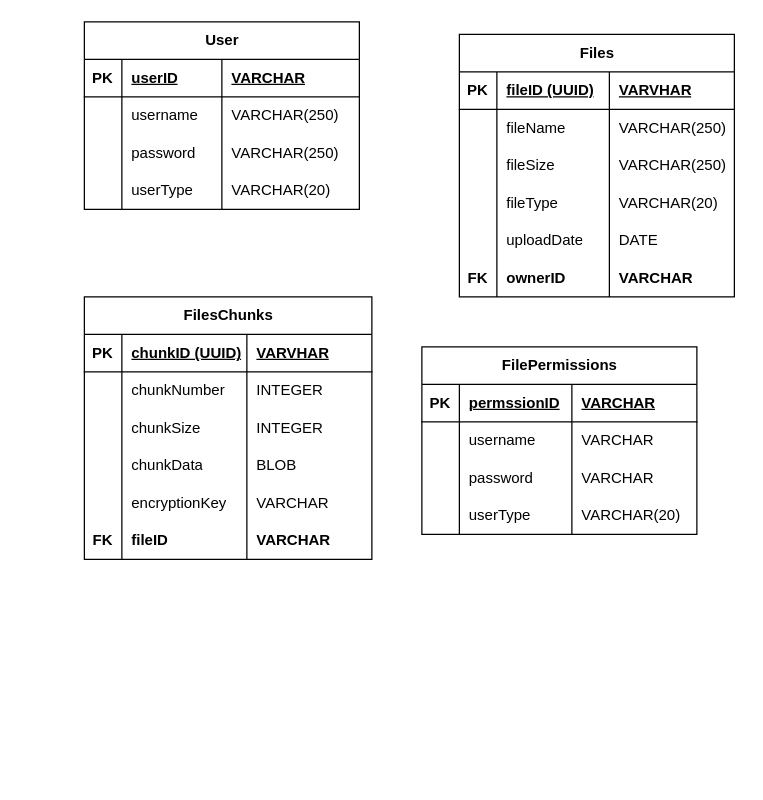
Above: CWK ER-Diagram.drawio in AnjeloM/AnjeloM (draw.io), before the change. Source tidied: cells renumbered, new cells numbered last; positions are measured from the earlier drawing's top-left corner, leaving out a move shared by most shapes. Both pictures are drawn from the tidied source at 125%, with x=0, y=0 at pixel (84, 21).
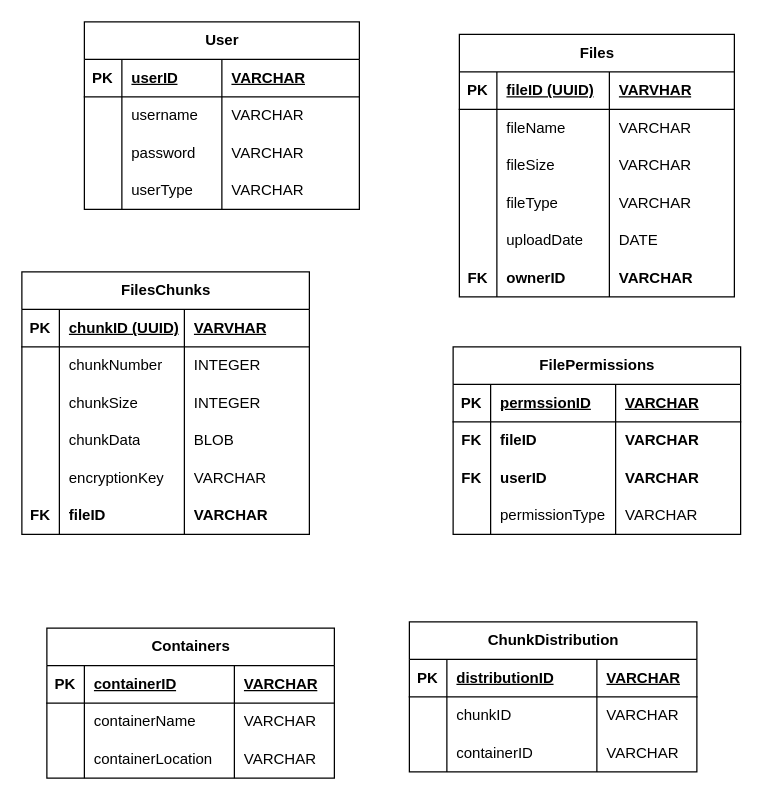
Above is the later version.

Unchanged cells that the change refers to:
```xml
<mxCell id="7" style="shape=tableRow;horizontal=0;startSize=0;swimlaneHead=0;swimlaneBody=0;fillColor=none;top=0;left=0;right=0;bottom=0;" parent="2" vertex="1">
  <mxGeometry y="60" width="220" height="30" as="geometry" />
</mxCell>
<mxCell id="11" style="shape=tableRow;horizontal=0;startSize=0;swimlaneHead=0;swimlaneBody=0;fillColor=none;top=0;left=0;right=0;bottom=0;" parent="2" vertex="1">
  <mxGeometry y="90" width="220" height="30" as="geometry" />
</mxCell>
<mxCell id="15" style="shape=tableRow;horizontal=0;startSize=0;swimlaneHead=0;swimlaneBody=0;fillColor=none;top=0;left=0;right=0;bottom=0;" parent="2" vertex="1">
  <mxGeometry y="120" width="220" height="30" as="geometry" />
</mxCell>
<mxCell id="24" style="shape=tableRow;horizontal=0;startSize=0;swimlaneHead=0;swimlaneBody=0;fillColor=none;top=0;left=0;right=0;bottom=0;" parent="19" vertex="1">
  <mxGeometry y="60" width="220" height="30" as="geometry" />
</mxCell>
<mxCell id="28" style="shape=tableRow;horizontal=0;startSize=0;swimlaneHead=0;swimlaneBody=0;fillColor=none;top=0;left=0;right=0;bottom=0;" parent="19" vertex="1">
  <mxGeometry y="90" width="220" height="30" as="geometry" />
</mxCell>
<mxCell id="32" style="shape=tableRow;horizontal=0;startSize=0;swimlaneHead=0;swimlaneBody=0;fillColor=none;top=0;left=0;right=0;bottom=0;" parent="19" vertex="1">
  <mxGeometry y="120" width="220" height="30" as="geometry" />
</mxCell>
```

Diff of the diagram source:
```diff
@@
-    <mxCell id="10" value="VARCHAR(250)" style="shape=partialRectangle;fillColor=none;top=0;left=0;bottom=0;right=0;align=left;spacingLeft=6;overflow=hidden;whiteSpace=wrap;html=1;" parent="7" vertex="1">
+    <mxCell id="10" value="VARCHAR" style="shape=partialRectangle;fillColor=none;top=0;left=0;bottom=0;right=0;align=left;spacingLeft=6;overflow=hidden;whiteSpace=wrap;html=1;" parent="7" vertex="1">
       <mxGeometry x="110" width="110" height="30" as="geometry" />
     </mxCell>
@@
-    <mxCell id="14" value="VARCHAR(250)" style="shape=partialRectangle;fillColor=none;top=0;left=0;bottom=0;right=0;align=left;spacingLeft=6;overflow=hidden;whiteSpace=wrap;html=1;" parent="11" vertex="1">
+    <mxCell id="14" value="VARCHAR" style="shape=partialRectangle;fillColor=none;top=0;left=0;bottom=0;right=0;align=left;spacingLeft=6;overflow=hidden;whiteSpace=wrap;html=1;" parent="11" vertex="1">
       <mxGeometry x="110" width="110" height="30" as="geometry" />
     </mxCell>
@@
-    <mxCell id="18" value="VARCHAR(20)" style="shape=partialRectangle;fillColor=none;top=0;left=0;bottom=0;right=0;align=left;spacingLeft=6;overflow=hidden;whiteSpace=wrap;html=1;" parent="15" vertex="1">
+    <mxCell id="18" value="VARCHAR" style="shape=partialRectangle;fillColor=none;top=0;left=0;bottom=0;right=0;align=left;spacingLeft=6;overflow=hidden;whiteSpace=wrap;html=1;" parent="15" vertex="1">
       <mxGeometry x="110" width="110" height="30" as="geometry" />
     </mxCell>
@@
-    <mxCell id="27" value="VARCHAR(250)" style="shape=partialRectangle;fillColor=none;top=0;left=0;bottom=0;right=0;align=left;spacingLeft=6;overflow=hidden;whiteSpace=wrap;html=1;" parent="24" vertex="1">
+    <mxCell id="27" value="VARCHAR" style="shape=partialRectangle;fillColor=none;top=0;left=0;bottom=0;right=0;align=left;spacingLeft=6;overflow=hidden;whiteSpace=wrap;html=1;" parent="24" vertex="1">
       <mxGeometry x="120" width="100" height="30" as="geometry" />
     </mxCell>
@@
-    <mxCell id="31" value="VARCHAR(250)" style="shape=partialRectangle;fillColor=none;top=0;left=0;bottom=0;right=0;align=left;spacingLeft=6;overflow=hidden;whiteSpace=wrap;html=1;" parent="28" vertex="1">
+    <mxCell id="31" value="VARCHAR" style="shape=partialRectangle;fillColor=none;top=0;left=0;bottom=0;right=0;align=left;spacingLeft=6;overflow=hidden;whiteSpace=wrap;html=1;" parent="28" vertex="1">
       <mxGeometry x="120" width="100" height="30" as="geometry" />
     </mxCell>
@@
-    <mxCell id="35" value="VARCHAR(20)" style="shape=partialRectangle;fillColor=none;top=0;left=0;bottom=0;right=0;align=left;spacingLeft=6;overflow=hidden;whiteSpace=wrap;html=1;" parent="32" vertex="1">
+    <mxCell id="35" value="VARCHAR" style="shape=partialRectangle;fillColor=none;top=0;left=0;bottom=0;right=0;align=left;spacingLeft=6;overflow=hidden;whiteSpace=wrap;html=1;" parent="32" vertex="1">
       <mxGeometry x="120" width="100" height="30" as="geometry" />
     </mxCell>
@@
     <mxCell id="44" value="FilesChunks" style="shape=table;startSize=30;childLayout=tableLayout;rowLines=0;fontStyle=1;align=center;html=1;" parent="1" vertex="1">
-      <mxGeometry y="220" width="230" height="210" as="geometry" />
+      <mxGeometry x="-50" y="200" width="230" height="210" as="geometry" />
     </mxCell>
@@
     <mxCell id="69" value="FilePermissions" style="shape=table;startSize=30;childLayout=tableLayout;rowLines=0;fontStyle=1;align=center;html=1;" parent="1" vertex="1">
-      <mxGeometry x="270" y="260" width="220" height="150" as="geometry" />
+      <mxGeometry x="295" y="260" width="230" height="150" as="geometry" />
     </mxCell>
     <mxCell id="70" style="shape=tableRow;horizontal=0;startSize=0;swimlaneHead=0;swimlaneBody=0;fillColor=none;top=0;left=0;right=0;bottom=1;" parent="69" vertex="1">
-      <mxGeometry y="30" width="220" height="30" as="geometry" />
+      <mxGeometry y="30" width="230" height="30" as="geometry" />
     </mxCell>
@@
     <mxCell id="72" value="permssionID" style="shape=partialRectangle;fillColor=none;top=0;left=0;bottom=0;right=0;align=left;spacingLeft=6;fontStyle=5;overflow=hidden;whiteSpace=wrap;html=1;" parent="70" vertex="1">
-      <mxGeometry x="30" width="90" height="30" as="geometry" />
+      <mxGeometry x="30" width="100" height="30" as="geometry" />
     </mxCell>
     <mxCell id="73" value="VARCHAR" style="shape=partialRectangle;fillColor=none;top=0;left=0;bottom=0;right=0;align=left;spacingLeft=6;fontStyle=5;overflow=hidden;whiteSpace=wrap;html=1;" parent="70" vertex="1">
-      <mxGeometry x="120" width="100" height="30" as="geometry" />
+      <mxGeometry x="130" width="100" height="30" as="geometry" />
     </mxCell>
     <mxCell id="74" style="shape=tableRow;horizontal=0;startSize=0;swimlaneHead=0;swimlaneBody=0;fillColor=none;top=0;left=0;right=0;bottom=0;" parent="69" vertex="1">
-      <mxGeometry y="60" width="220" height="30" as="geometry" />
+      <mxGeometry y="60" width="230" height="30" as="geometry" />
     </mxCell>
-    <mxCell id="75" style="shape=partialRectangle;fillColor=none;top=0;left=0;bottom=0;right=0;overflow=hidden;whiteSpace=wrap;html=1;" parent="74" vertex="1">
+    <mxCell id="75" value="FK" style="shape=partialRectangle;fillColor=none;top=0;left=0;bottom=0;right=0;overflow=hidden;whiteSpace=wrap;html=1;fontStyle=1;" parent="74" vertex="1">
       <mxGeometry width="30" height="30" as="geometry" />
     </mxCell>
-    <mxCell id="76" value="username&amp;nbsp;" style="shape=partialRectangle;fillColor=none;top=0;left=0;bottom=0;right=0;align=left;spacingLeft=6;overflow=hidden;whiteSpace=wrap;html=1;" parent="74" vertex="1">
-      <mxGeometry x="30" width="90" height="30" as="geometry" />
+    <mxCell id="76" value="fileID" style="shape=partialRectangle;fillColor=none;top=0;left=0;bottom=0;right=0;align=left;spacingLeft=6;overflow=hidden;whiteSpace=wrap;html=1;fontStyle=1;" parent="74" vertex="1">
+      <mxGeometry x="30" width="100" height="30" as="geometry" />
     </mxCell>
-    <mxCell id="77" value="VARCHAR" style="shape=partialRectangle;fillColor=none;top=0;left=0;bottom=0;right=0;align=left;spacingLeft=6;overflow=hidden;whiteSpace=wrap;html=1;" parent="74" vertex="1">
-      <mxGeometry x="120" width="100" height="30" as="geometry" />
+    <mxCell id="77" value="VARCHAR" style="shape=partialRectangle;fillColor=none;top=0;left=0;bottom=0;right=0;align=left;spacingLeft=6;overflow=hidden;whiteSpace=wrap;html=1;fontStyle=1;" parent="74" vertex="1">
+      <mxGeometry x="130" width="100" height="30" as="geometry" />
     </mxCell>
     <mxCell id="78" style="shape=tableRow;horizontal=0;startSize=0;swimlaneHead=0;swimlaneBody=0;fillColor=none;top=0;left=0;right=0;bottom=0;" parent="69" vertex="1">
-      <mxGeometry y="90" width="220" height="30" as="geometry" />
+      <mxGeometry y="90" width="230" height="30" as="geometry" />
     </mxCell>
-    <mxCell id="79" style="shape=partialRectangle;fillColor=none;top=0;left=0;bottom=0;right=0;overflow=hidden;whiteSpace=wrap;html=1;" parent="78" vertex="1">
+    <mxCell id="79" value="FK" style="shape=partialRectangle;fillColor=none;top=0;left=0;bottom=0;right=0;overflow=hidden;whiteSpace=wrap;html=1;fontStyle=1;" parent="78" vertex="1">
       <mxGeometry width="30" height="30" as="geometry" />
     </mxCell>
-    <mxCell id="80" value="password" style="shape=partialRectangle;fillColor=none;top=0;left=0;bottom=0;right=0;align=left;spacingLeft=6;overflow=hidden;whiteSpace=wrap;html=1;" parent="78" vertex="1">
-      <mxGeometry x="30" width="90" height="30" as="geometry" />
+    <mxCell id="80" value="userID" style="shape=partialRectangle;fillColor=none;top=0;left=0;bottom=0;right=0;align=left;spacingLeft=6;overflow=hidden;whiteSpace=wrap;html=1;fontStyle=1;" parent="78" vertex="1">
+      <mxGeometry x="30" width="100" height="30" as="geometry" />
     </mxCell>
-    <mxCell id="81" value="VARCHAR" style="shape=partialRectangle;fillColor=none;top=0;left=0;bottom=0;right=0;align=left;spacingLeft=6;overflow=hidden;whiteSpace=wrap;html=1;" parent="78" vertex="1">
-      <mxGeometry x="120" width="100" height="30" as="geometry" />
+    <mxCell id="81" value="VARCHAR" style="shape=partialRectangle;fillColor=none;top=0;left=0;bottom=0;right=0;align=left;spacingLeft=6;overflow=hidden;whiteSpace=wrap;html=1;fontStyle=1;" parent="78" vertex="1">
+      <mxGeometry x="130" width="100" height="30" as="geometry" />
     </mxCell>
     <mxCell id="82" style="shape=tableRow;horizontal=0;startSize=0;swimlaneHead=0;swimlaneBody=0;fillColor=none;top=0;left=0;right=0;bottom=0;" parent="69" vertex="1">
-      <mxGeometry y="120" width="220" height="30" as="geometry" />
+      <mxGeometry y="120" width="230" height="30" as="geometry" />
     </mxCell>
@@
-    <mxCell id="84" value="userType" style="shape=partialRectangle;fillColor=none;top=0;left=0;bottom=0;right=0;align=left;spacingLeft=6;overflow=hidden;whiteSpace=wrap;html=1;" parent="82" vertex="1">
-      <mxGeometry x="30" width="90" height="30" as="geometry" />
+    <mxCell id="84" value="permissionType" style="shape=partialRectangle;fillColor=none;top=0;left=0;bottom=0;right=0;align=left;spacingLeft=6;overflow=hidden;whiteSpace=wrap;html=1;" parent="82" vertex="1">
+      <mxGeometry x="30" width="100" height="30" as="geometry" />
     </mxCell>
-    <mxCell id="85" value="VARCHAR(20)" style="shape=partialRectangle;fillColor=none;top=0;left=0;bottom=0;right=0;align=left;spacingLeft=6;overflow=hidden;whiteSpace=wrap;html=1;" parent="82" vertex="1">
-      <mxGeometry x="120" width="100" height="30" as="geometry" />
+    <mxCell id="85" value="VARCHAR" style="shape=partialRectangle;fillColor=none;top=0;left=0;bottom=0;right=0;align=left;spacingLeft=6;overflow=hidden;whiteSpace=wrap;html=1;" parent="82" vertex="1">
+      <mxGeometry x="130" width="100" height="30" as="geometry" />
     </mxCell>
+    <mxCell id="86" value="Containers" style="shape=table;startSize=30;childLayout=tableLayout;rowLines=0;fontStyle=1;align=center;html=1;" parent="1" vertex="1">
+      <mxGeometry x="-30" y="485" width="230" height="120" as="geometry" />
+    </mxCell>
+    <mxCell id="87" style="shape=tableRow;horizontal=0;startSize=0;swimlaneHead=0;swimlaneBody=0;fillColor=none;top=0;left=0;right=0;bottom=1;" parent="86" vertex="1">
+      <mxGeometry y="30" width="230" height="30" as="geometry" />
+    </mxCell>
+    <mxCell id="88" value="PK" style="shape=partialRectangle;fillColor=none;top=0;left=0;bottom=0;right=0;fontStyle=1;overflow=hidden;whiteSpace=wrap;html=1;" parent="87" vertex="1">
+      <mxGeometry width="30" height="30" as="geometry" />
+    </mxCell>
+    <mxCell id="89" value="containerID" style="shape=partialRectangle;fillColor=none;top=0;left=0;bottom=0;right=0;align=left;spacingLeft=6;fontStyle=5;overflow=hidden;whiteSpace=wrap;html=1;" parent="87" vertex="1">
+      <mxGeometry x="30" width="120" height="30" as="geometry" />
+    </mxCell>
+    <mxCell id="90" value="VARCHAR" style="shape=partialRectangle;fillColor=none;top=0;left=0;bottom=0;right=0;align=left;spacingLeft=6;fontStyle=5;overflow=hidden;whiteSpace=wrap;html=1;" parent="87" vertex="1">
+      <mxGeometry x="150" width="80" height="30" as="geometry" />
+    </mxCell>
+    <mxCell id="91" style="shape=tableRow;horizontal=0;startSize=0;swimlaneHead=0;swimlaneBody=0;fillColor=none;top=0;left=0;right=0;bottom=0;" parent="86" vertex="1">
+      <mxGeometry y="60" width="230" height="30" as="geometry" />
+    </mxCell>
+    <mxCell id="92" style="shape=partialRectangle;fillColor=none;top=0;left=0;bottom=0;right=0;overflow=hidden;whiteSpace=wrap;html=1;fontStyle=1;" parent="91" vertex="1">
+      <mxGeometry width="30" height="30" as="geometry" />
+    </mxCell>
+    <mxCell id="93" value="containerName" style="shape=partialRectangle;fillColor=none;top=0;left=0;bottom=0;right=0;align=left;spacingLeft=6;overflow=hidden;whiteSpace=wrap;html=1;fontStyle=0;" parent="91" vertex="1">
+      <mxGeometry x="30" width="120" height="30" as="geometry" />
+    </mxCell>
+    <mxCell id="94" value="VARCHAR" style="shape=partialRectangle;fillColor=none;top=0;left=0;bottom=0;right=0;align=left;spacingLeft=6;overflow=hidden;whiteSpace=wrap;html=1;fontStyle=0;" parent="91" vertex="1">
+      <mxGeometry x="150" width="80" height="30" as="geometry" />
+    </mxCell>
+    <mxCell id="95" style="shape=tableRow;horizontal=0;startSize=0;swimlaneHead=0;swimlaneBody=0;fillColor=none;top=0;left=0;right=0;bottom=0;" parent="86" vertex="1">
+      <mxGeometry y="90" width="230" height="30" as="geometry" />
+    </mxCell>
+    <mxCell id="96" style="shape=partialRectangle;fillColor=none;top=0;left=0;bottom=0;right=0;overflow=hidden;whiteSpace=wrap;html=1;fontStyle=1;" parent="95" vertex="1">
+      <mxGeometry width="30" height="30" as="geometry" />
+    </mxCell>
+    <mxCell id="97" value="containerLocation" style="shape=partialRectangle;fillColor=none;top=0;left=0;bottom=0;right=0;align=left;spacingLeft=6;overflow=hidden;whiteSpace=wrap;html=1;fontStyle=0;" parent="95" vertex="1">
+      <mxGeometry x="30" width="120" height="30" as="geometry" />
+    </mxCell>
+    <mxCell id="98" value="VARCHAR" style="shape=partialRectangle;fillColor=none;top=0;left=0;bottom=0;right=0;align=left;spacingLeft=6;overflow=hidden;whiteSpace=wrap;html=1;fontStyle=0;" parent="95" vertex="1">
+      <mxGeometry x="150" width="80" height="30" as="geometry" />
+    </mxCell>
+    <mxCell id="99" value="ChunkDistribution" style="shape=table;startSize=30;childLayout=tableLayout;rowLines=0;fontStyle=1;align=center;html=1;" parent="1" vertex="1">
+      <mxGeometry x="260" y="480" width="230" height="120" as="geometry" />
+    </mxCell>
+    <mxCell id="100" style="shape=tableRow;horizontal=0;startSize=0;swimlaneHead=0;swimlaneBody=0;fillColor=none;top=0;left=0;right=0;bottom=1;" parent="99" vertex="1">
+      <mxGeometry y="30" width="230" height="30" as="geometry" />
+    </mxCell>
+    <mxCell id="101" value="PK" style="shape=partialRectangle;fillColor=none;top=0;left=0;bottom=0;right=0;fontStyle=1;overflow=hidden;whiteSpace=wrap;html=1;" parent="100" vertex="1">
+      <mxGeometry width="30" height="30" as="geometry" />
+    </mxCell>
+    <mxCell id="102" value="distributionID" style="shape=partialRectangle;fillColor=none;top=0;left=0;bottom=0;right=0;align=left;spacingLeft=6;fontStyle=5;overflow=hidden;whiteSpace=wrap;html=1;" parent="100" vertex="1">
+      <mxGeometry x="30" width="120" height="30" as="geometry" />
+    </mxCell>
+    <mxCell id="103" value="VARCHAR" style="shape=partialRectangle;fillColor=none;top=0;left=0;bottom=0;right=0;align=left;spacingLeft=6;fontStyle=5;overflow=hidden;whiteSpace=wrap;html=1;" parent="100" vertex="1">
+      <mxGeometry x="150" width="80" height="30" as="geometry" />
+    </mxCell>
+    <mxCell id="104" style="shape=tableRow;horizontal=0;startSize=0;swimlaneHead=0;swimlaneBody=0;fillColor=none;top=0;left=0;right=0;bottom=0;" parent="99" vertex="1">
+      <mxGeometry y="60" width="230" height="30" as="geometry" />
+    </mxCell>
+    <mxCell id="105" style="shape=partialRectangle;fillColor=none;top=0;left=0;bottom=0;right=0;overflow=hidden;whiteSpace=wrap;html=1;fontStyle=1;" parent="104" vertex="1">
+      <mxGeometry width="30" height="30" as="geometry" />
+    </mxCell>
+    <mxCell id="106" value="chunkID" style="shape=partialRectangle;fillColor=none;top=0;left=0;bottom=0;right=0;align=left;spacingLeft=6;overflow=hidden;whiteSpace=wrap;html=1;fontStyle=0;" parent="104" vertex="1">
+      <mxGeometry x="30" width="120" height="30" as="geometry" />
+    </mxCell>
+    <mxCell id="107" value="VARCHAR" style="shape=partialRectangle;fillColor=none;top=0;left=0;bottom=0;right=0;align=left;spacingLeft=6;overflow=hidden;whiteSpace=wrap;html=1;fontStyle=0;" parent="104" vertex="1">
+      <mxGeometry x="150" width="80" height="30" as="geometry" />
+    </mxCell>
+    <mxCell id="108" style="shape=tableRow;horizontal=0;startSize=0;swimlaneHead=0;swimlaneBody=0;fillColor=none;top=0;left=0;right=0;bottom=0;" parent="99" vertex="1">
+      <mxGeometry y="90" width="230" height="30" as="geometry" />
+    </mxCell>
+    <mxCell id="109" style="shape=partialRectangle;fillColor=none;top=0;left=0;bottom=0;right=0;overflow=hidden;whiteSpace=wrap;html=1;fontStyle=1;" parent="108" vertex="1">
+      <mxGeometry width="30" height="30" as="geometry" />
+    </mxCell>
+    <mxCell id="110" value="containerID" style="shape=partialRectangle;fillColor=none;top=0;left=0;bottom=0;right=0;align=left;spacingLeft=6;overflow=hidden;whiteSpace=wrap;html=1;fontStyle=0;" parent="108" vertex="1">
+      <mxGeometry x="30" width="120" height="30" as="geometry" />
+    </mxCell>
+    <mxCell id="111" value="VARCHAR" style="shape=partialRectangle;fillColor=none;top=0;left=0;bottom=0;right=0;align=left;spacingLeft=6;overflow=hidden;whiteSpace=wrap;html=1;fontStyle=0;" parent="108" vertex="1">
+      <mxGeometry x="150" width="80" height="30" as="geometry" />
+    </mxCell>
```
